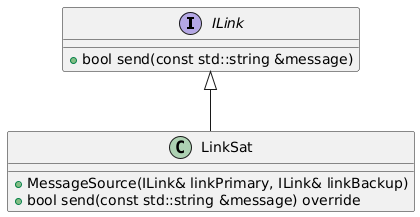
Above: img/LinkSat.png in slawomir-niespodziany/diff_broker_link_sat (PlantUML), before the change. Its diagram source:
```plantuml
@startuml
interface ILink {
+bool send(const std::string &message)
}

class LinkSat {
+MessageSource(ILink& linkPrimary, ILink& linkBackup)
+bool send(const std::string &message) override
}

ILink <|-- LinkSat
@enduml
```
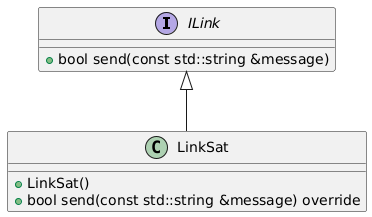
Later version of the same file.

The edit, as a diff of the source:
```diff
@@ -4,7 +4,7 @@
 }
 
 class LinkSat {
-+MessageSource(ILink& linkPrimary, ILink& linkBackup)
++LinkSat()
 +bool send(const std::string &message) override
 }
 
```
